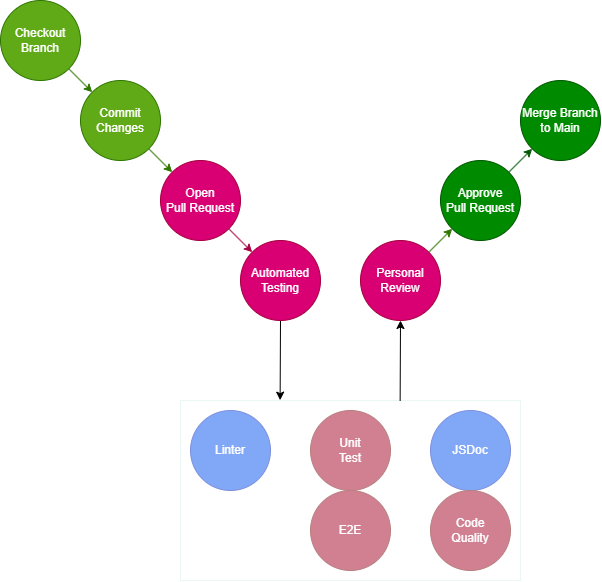
Earlier version of the draw.io export admin/cipipeline/phase1.drawio.png (cse110-sp24-group27/Codelog). Source tidied: cells renumbered, new cells last; positions are measured from the earlier drawing's top-left corner, leaving out a move shared by most shapes.
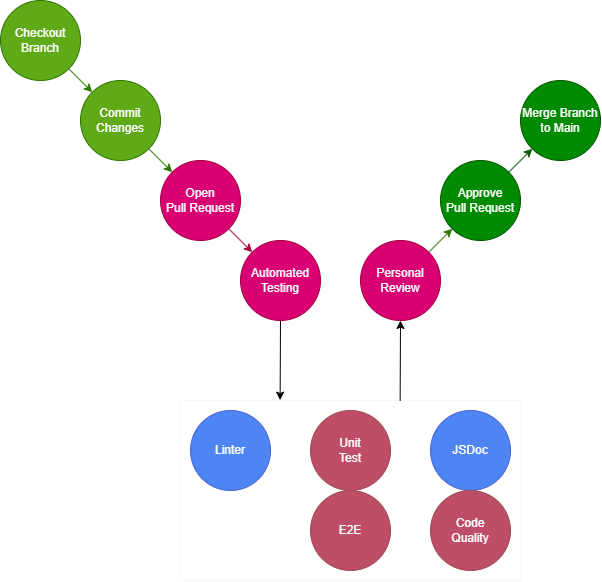
After the commit.

What changed in the source:
```diff
@@ -56,7 +56,7 @@
     <mxCell id="19" value="Code&lt;br&gt;Quality" style="ellipse;whiteSpace=wrap;html=1;fillColor=#a20025;fontColor=#ffffff;strokeColor=#6F0000;" parent="1" vertex="1">
       <mxGeometry x="430" y="490" width="80" height="80" as="geometry" />
     </mxCell>
-    <mxCell id="20" style="whiteSpace=wrap;html=1;opacity=50;strokeColor=#D8F0EC;" parent="1" vertex="1">
+    <mxCell id="20" style="whiteSpace=wrap;html=1;opacity=30;strokeColor=#D8F0EC;" parent="1" vertex="1">
       <mxGeometry x="180" y="400" width="340" height="180" as="geometry" />
     </mxCell>
     <mxCell id="21" style="edgeStyle=none;jettySize=auto;html=1;entryX=0.5;entryY=1;entryDx=0;entryDy=0;exitX=0.646;exitY=0.001;exitDx=0;exitDy=0;exitPerimeter=0;" parent="1" edge="1" source="20" target="11">
```
